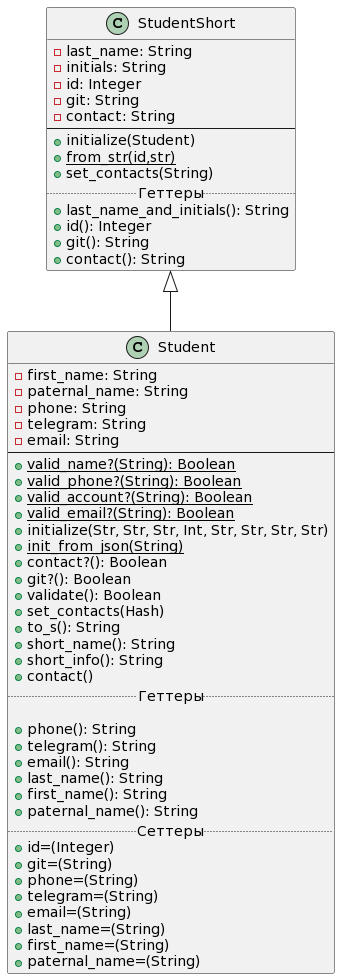
The PlantUML diagram Diagrams/class_diagram_lab2.png in waasabi13/ruby_labs, before a commit.
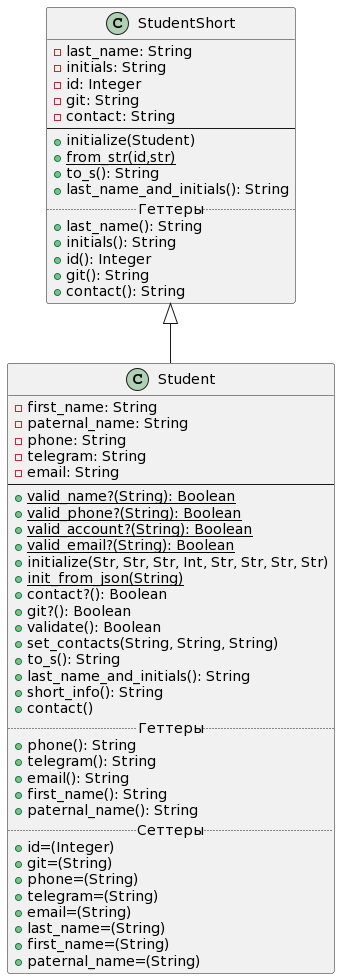
After the change.

Commit message:
Проведение рефакторинга, исключил дублирование кода в классах, отображение изменений на диаграмме классов(Лаба 2, Задание 2.5-2.6)

What changed in the source:
```diff
@@ -1,4 +1,24 @@
 @startuml
+
+class StudentShort
+{
+    -last_name: String
+    -initials: String
+    -id: Integer
+    -git: String
+    -contact: String
+--
+    +initialize(Student)
+    +{static}from_str(id,str)
+    +to_s(): String
+    +last_name_and_initials(): String
+.. Геттеры ..
+    +last_name(): String
+    +initials(): String
+    +id(): Integer
+    +git(): String
+    +contact(): String
+}
 
  class Student extends StudentShort {
      -first_name: String
@@ -16,17 +36,15 @@
      +contact?(): Boolean
      +git?(): Boolean
      +validate(): Boolean
-     +set_contacts(Hash)
+     +set_contacts(String, String, String)
      +to_s(): String
-     +short_name(): String
+     +last_name_and_initials(): String
      +short_info(): String
      +contact()
      .. Геттеры ..
-
      +phone(): String
      +telegram(): String
      +email(): String
-     +last_name(): String
      +first_name(): String
      +paternal_name(): String
      .. Сеттеры ..
@@ -39,23 +57,4 @@
      +first_name=(String)
      +paternal_name=(String)
  }
-
-
-class StudentShort
-{
-    -last_name: String
-    -initials: String
-    -id: Integer
-    -git: String
-    -contact: String
---
-    +initialize(Student)
-    +{static}from_str(id,str)
-    +set_contacts(String)
-.. Геттеры ..
-    +last_name_and_initials(): String
-    +id(): Integer
-    +git(): String
-    +contact(): String
-}
 @enduml
```
